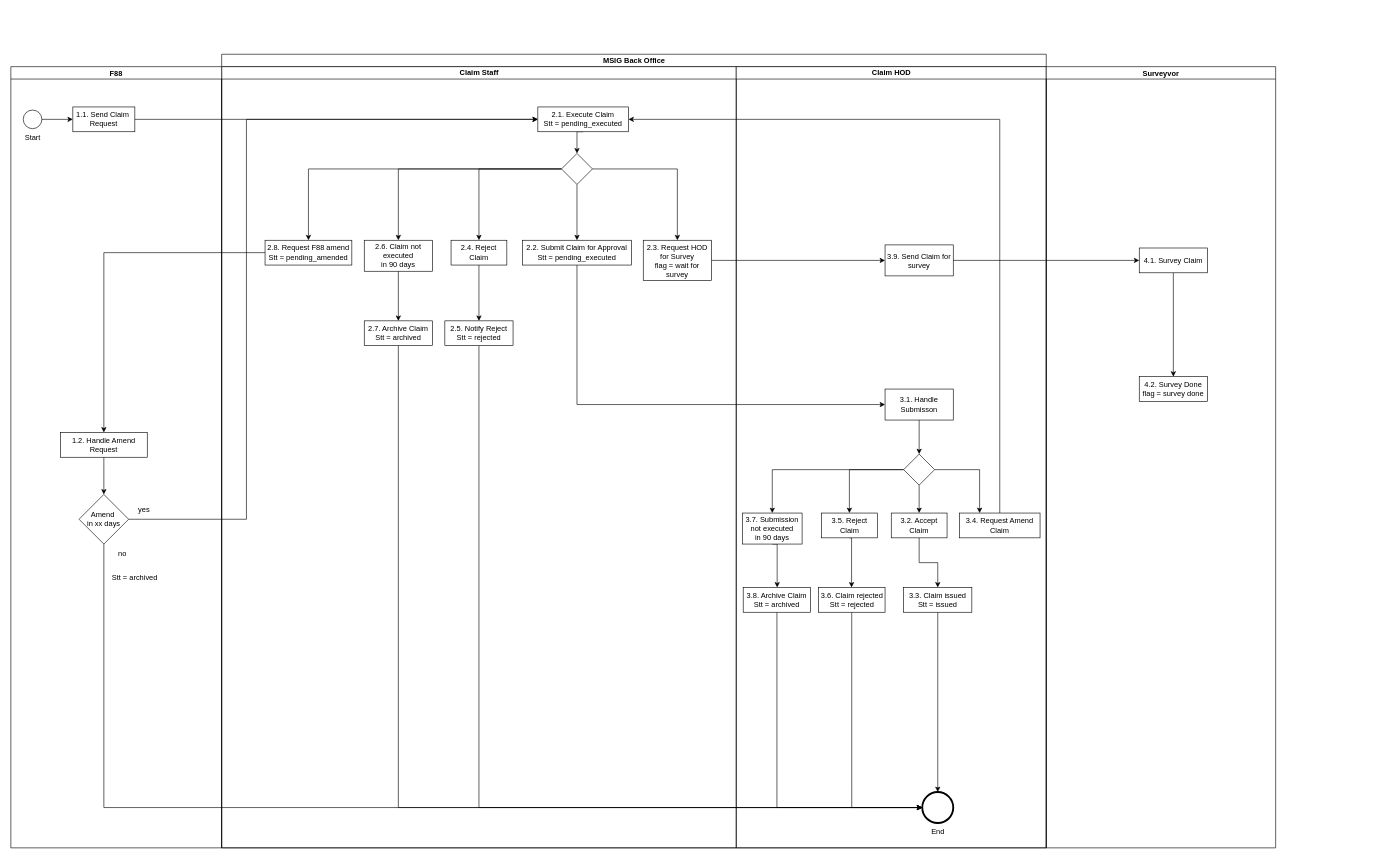
Above: Copy of Untitled Diagram.drawio in Chris-25/Book (draw.io), before the change. Source tidied: cells renumbered, new cells numbered last; positions are measured from the earlier drawing's top-left corner, leaving out a move shared by most shapes. Both pictures are drawn from the tidied source at 62%, with x=0, y=0 at pixel (11, 54).
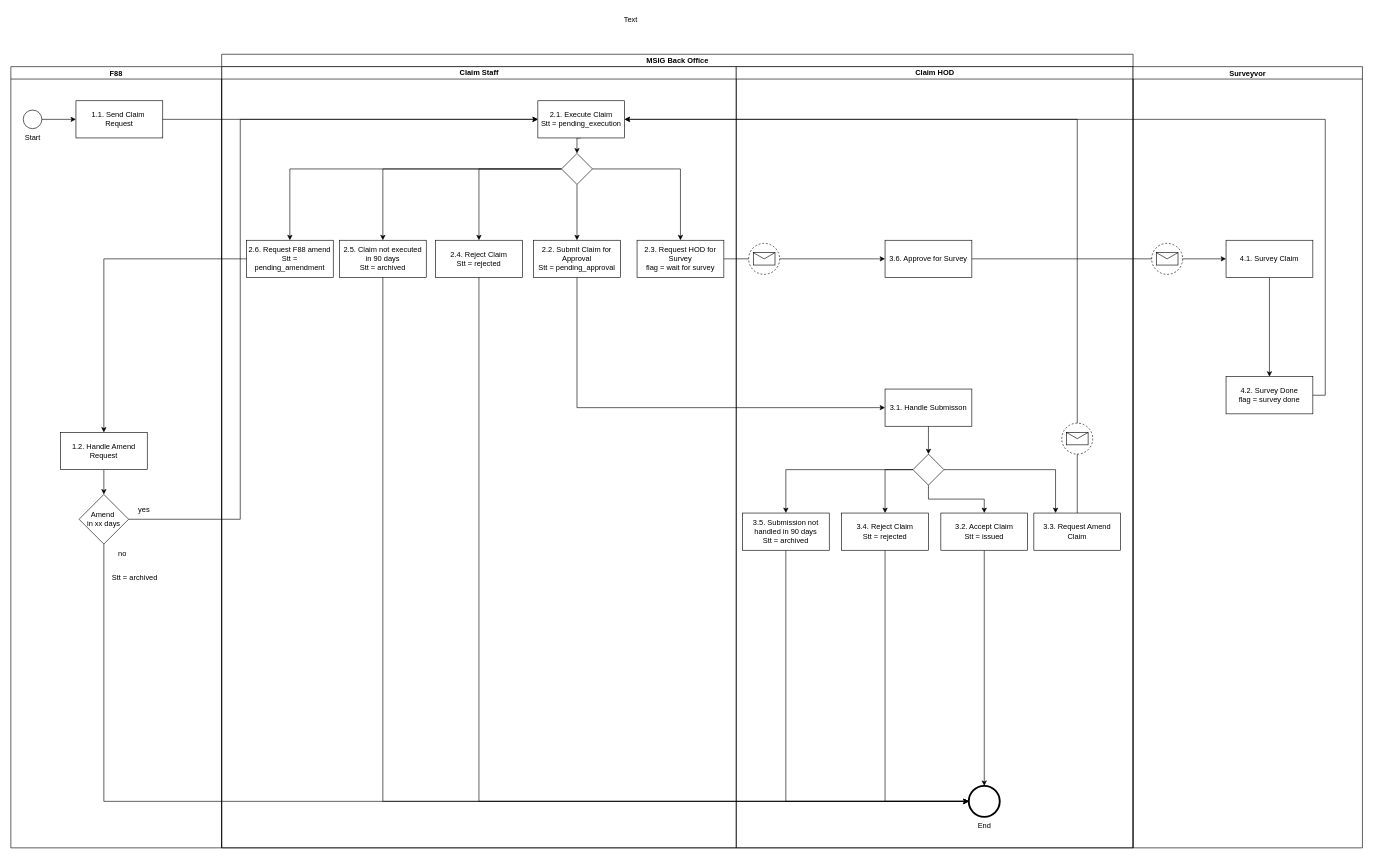
The same page after the edit.

Unchanged cells that the change refers to:
```xml
<mxCell id="8" value="Claim Staff" style="swimlane;html=1;startSize=20;" parent="2" vertex="1">
  <mxGeometry y="20" width="830" height="1260" as="geometry" />
</mxCell>
<mxCell id="49" value="F88" style="swimlane;startSize=20;" parent="1" vertex="1">
  <mxGeometry y="20" width="340" height="1260" as="geometry" />
</mxCell>
<mxCell id="55" value="Amend&amp;nbsp;&lt;br&gt;in xx days" style="rhombus;whiteSpace=wrap;html=1;" parent="49" vertex="1">
  <mxGeometry x="110" y="690" width="80" height="80" as="geometry" />
</mxCell>
```

Diff of the diagram source:
```diff
@@
+    <mxCell id="65" style="edgeStyle=orthogonalEdgeStyle;rounded=0;jettySize=auto;html=1;exitX=1;exitY=0.5;exitDx=0;exitDy=0;entryX=0;entryY=0.5;entryDx=0;entryDy=0;" parent="1" edge="1" source="27" target="62">
+      <mxGeometry relative="1" as="geometry" />
+    </mxCell>
     <mxCell id="2" value="MSIG Back Office" style="swimlane;html=1;startSize=20;" parent="1" vertex="1">
-      <mxGeometry x="340" width="1330" height="1280" as="geometry" />
+      <mxGeometry x="340" width="1470" height="1280" as="geometry" />
     </mxCell>
@@
-    <mxCell id="5" style="edgeStyle=orthogonalEdgeStyle;rounded=0;jettySize=auto;html=1;exitX=0.5;exitY=1;exitDx=0;exitDy=0;entryX=0;entryY=0.5;entryDx=0;entryDy=0;entryPerimeter=0;" parent="2" edge="1" source="21" target="48">
-      <mxGeometry relative="1" as="geometry" />
-    </mxCell>
@@
-    <mxCell id="7" style="edgeStyle=orthogonalEdgeStyle;rounded=0;jettySize=auto;html=1;exitX=0.5;exitY=1;exitDx=0;exitDy=0;entryX=0;entryY=0.5;entryDx=0;entryDy=0;entryPerimeter=0;" parent="2" edge="1" source="25" target="48">
-      <mxGeometry relative="1" as="geometry" />
-    </mxCell>
@@
-    <mxCell id="10" value="2.1. Execute Claim&lt;br&gt;Stt = pending_executed" style="rounded=0;whiteSpace=wrap;html=1;" parent="8" vertex="1">
-      <mxGeometry x="510" y="65" width="146.2" height="40" as="geometry" />
+    <mxCell id="10" value="2.1. Execute Claim&lt;br&gt;Stt = pending_execution" style="rounded=0;whiteSpace=wrap;html=1;" parent="8" vertex="1">
+      <mxGeometry x="510" y="55" width="140" height="60" as="geometry" />
     </mxCell>
@@
-    <mxCell id="17" style="edgeStyle=orthogonalEdgeStyle;rounded=0;jettySize=auto;html=1;exitX=0.5;exitY=1;exitDx=0;exitDy=0;entryX=0.5;entryY=0;entryDx=0;entryDy=0;" parent="8" edge="1" source="18" target="21">
-      <mxGeometry relative="1" as="geometry" />
-    </mxCell>
-    <mxCell id="18" value="2.6. Claim not executed &lt;br&gt;in 90 days" style="rounded=0;whiteSpace=wrap;html=1;" parent="8" vertex="1">
-      <mxGeometry x="230" y="280" width="110" height="50" as="geometry" />
+    <mxCell id="18" value="2.5. Claim not executed &lt;br&gt;in 90 days&lt;br&gt;Stt = archived" style="rounded=0;whiteSpace=wrap;html=1;" parent="8" vertex="1">
+      <mxGeometry x="190" y="280" width="140" height="60" as="geometry" />
     </mxCell>
-    <mxCell id="19" style="edgeStyle=orthogonalEdgeStyle;rounded=0;jettySize=auto;html=1;exitX=0.5;exitY=1;exitDx=0;exitDy=0;" parent="8" edge="1" source="20" target="25">
-      <mxGeometry relative="1" as="geometry" />
-    </mxCell>
-    <mxCell id="20" value="2.4. Reject Claim" style="rounded=0;whiteSpace=wrap;html=1;" parent="8" vertex="1">
-      <mxGeometry x="370" y="280" width="90" height="40" as="geometry" />
+    <mxCell id="20" value="2.4. Reject Claim&lt;br&gt;Stt = rejected" style="rounded=0;whiteSpace=wrap;html=1;" parent="8" vertex="1">
+      <mxGeometry x="345" y="280" width="140" height="60" as="geometry" />
     </mxCell>
-    <mxCell id="21" value="2.7. Archive Claim&lt;br&gt;Stt = archived" style="rounded=0;whiteSpace=wrap;html=1;" parent="8" vertex="1">
-      <mxGeometry x="230" y="410" width="110" height="40" as="geometry" />
-    </mxCell>
     <mxCell id="22" value="2.3. Request HOD for Survey&lt;br&gt;flag = wait for survey" style="rounded=0;whiteSpace=wrap;html=1;" parent="8" vertex="1">
-      <mxGeometry x="680" y="280" width="110" height="65" as="geometry" />
+      <mxGeometry x="670" y="280" width="140" height="60" as="geometry" />
     </mxCell>
-    <mxCell id="23" value="2.8. Request F88 amend&lt;br&gt;Stt = pending_amended" style="rounded=0;whiteSpace=wrap;html=1;" parent="8" vertex="1">
-      <mxGeometry x="70" y="280" width="140" height="40" as="geometry" />
+    <mxCell id="23" value="2.6. Request F88 amend&lt;br&gt;Stt = pending_amendment" style="rounded=0;whiteSpace=wrap;html=1;" parent="8" vertex="1">
+      <mxGeometry x="40" y="280" width="140" height="60" as="geometry" />
     </mxCell>
-    <mxCell id="24" value="2.2. Submit Claim for Approval&lt;br&gt;Stt = pending_executed" style="rounded=0;whiteSpace=wrap;html=1;" parent="8" vertex="1">
-      <mxGeometry x="485" y="280" width="176.2" height="40" as="geometry" />
+    <mxCell id="24" value="2.2. Submit Claim for Approval&lt;br&gt;Stt = pending_approval" style="rounded=0;whiteSpace=wrap;html=1;" parent="8" vertex="1">
+      <mxGeometry x="503.1" y="280" width="140" height="60" as="geometry" />
     </mxCell>
-    <mxCell id="25" value="2.5. Notify Reject&lt;br&gt;Stt = rejected" style="rounded=0;whiteSpace=wrap;html=1;" parent="8" vertex="1">
-      <mxGeometry x="360" y="410" width="110" height="40" as="geometry" />
-    </mxCell>
     <mxCell id="26" value="Claim HOD" style="swimlane;html=1;startSize=20;" parent="2" vertex="1">
-      <mxGeometry x="830" y="20" width="500" height="1260" as="geometry" />
+      <mxGeometry x="830" y="20" width="640" height="1260" as="geometry" />
     </mxCell>
-    <mxCell id="27" value="3.9. Send Claim for survey" style="rounded=0;whiteSpace=wrap;html=1;" parent="26" vertex="1">
-      <mxGeometry x="240" y="287.5" width="110" height="50" as="geometry" />
+    <mxCell id="27" value="3.6. Approve for Survey" style="rounded=0;whiteSpace=wrap;html=1;" parent="26" vertex="1">
+      <mxGeometry x="240" y="280" width="140" height="60" as="geometry" />
     </mxCell>
@@
     <mxCell id="29" value="3.1. Handle Submisson" style="rounded=0;whiteSpace=wrap;html=1;" parent="26" vertex="1">
-      <mxGeometry x="240" y="520" width="110" height="50" as="geometry" />
+      <mxGeometry x="240" y="520" width="140" height="60" as="geometry" />
     </mxCell>
@@
     <mxCell id="34" style="points=[[0.25,0.25,0],[0.5,0,0],[0.75,0.25,0],[1,0.5,0],[0.75,0.75,0],[0.5,1,0],[0.25,0.75,0],[0,0.5,0]];shape=mxgraph.bpmn.gateway2;html=1;verticalLabelPosition=bottom;labelBackgroundColor=#ffffff;verticalAlign=top;align=center;perimeter=rhombusPerimeter;outlineConnect=0;outline=none;symbol=none;" parent="26" vertex="1">
-      <mxGeometry x="270" y="625" width="50" height="50" as="geometry" />
+      <mxGeometry x="285" y="625" width="50" height="50" as="geometry" />
     </mxCell>
-    <mxCell id="35" style="edgeStyle=orthogonalEdgeStyle;rounded=0;jettySize=auto;html=1;exitX=0.5;exitY=1;exitDx=0;exitDy=0;" parent="26" edge="1" source="36" target="38">
-      <mxGeometry relative="1" as="geometry">
-        <Array as="points">
-          <mxPoint x="66" y="770" />
-        </Array>
-      </mxGeometry>
-    </mxCell>
+    <mxCell id="69" style="edgeStyle=orthogonalEdgeStyle;rounded=0;jettySize=auto;html=1;exitX=0.5;exitY=1;exitDx=0;exitDy=0;entryX=0;entryY=0.5;entryDx=0;entryDy=0;entryPerimeter=0;" parent="26" edge="1" source="36" target="48">
+      <mxGeometry relative="1" as="geometry" />
+    </mxCell>
-    <mxCell id="36" value="3.7. Submission not executed &lt;br&gt;in 90 days" style="rounded=0;whiteSpace=wrap;html=1;" parent="26" vertex="1">
-      <mxGeometry x="10" y="720" width="96.2" height="50" as="geometry" />
+    <mxCell id="36" value="3.5. Submission not handled in 90 days&lt;br&gt;Stt = archived" style="rounded=0;whiteSpace=wrap;html=1;" parent="26" vertex="1">
+      <mxGeometry x="10" y="720" width="140" height="60" as="geometry" />
     </mxCell>
-    <mxCell id="37" style="edgeStyle=orthogonalEdgeStyle;rounded=0;jettySize=auto;html=1;exitX=0.5;exitY=1;exitDx=0;exitDy=0;entryX=0;entryY=0.5;entryDx=0;entryDy=0;entryPerimeter=0;" parent="26" edge="1" source="38" target="48">
-      <mxGeometry relative="1" as="geometry" />
-    </mxCell>
-    <mxCell id="38" value="3.8. Archive Claim&lt;br&gt;Stt = archived" style="rounded=0;whiteSpace=wrap;html=1;" parent="26" vertex="1">
-      <mxGeometry x="11.2" y="840" width="108.8" height="40" as="geometry" />
-    </mxCell>
-    <mxCell id="39" style="edgeStyle=orthogonalEdgeStyle;rounded=0;jettySize=auto;html=1;exitX=0.5;exitY=1;exitDx=0;exitDy=0;" parent="26" edge="1" source="40" target="42">
-      <mxGeometry relative="1" as="geometry" />
-    </mxCell>
+    <mxCell id="70" style="edgeStyle=orthogonalEdgeStyle;rounded=0;jettySize=auto;html=1;exitX=0.5;exitY=1;exitDx=0;exitDy=0;" parent="26" edge="1" source="40" target="48">
+      <mxGeometry relative="1" as="geometry" />
+    </mxCell>
-    <mxCell id="40" value="3.2. Accept&lt;br&gt;Claim" style="rounded=0;whiteSpace=wrap;html=1;" parent="26" vertex="1">
-      <mxGeometry x="250" y="720" width="90" height="40" as="geometry" />
+    <mxCell id="40" value="3.2. Accept Claim&lt;br&gt;Stt = issued" style="rounded=0;whiteSpace=wrap;html=1;" parent="26" vertex="1">
+      <mxGeometry x="330" y="720" width="140" height="60" as="geometry" />
     </mxCell>
-    <mxCell id="41" style="edgeStyle=orthogonalEdgeStyle;rounded=0;jettySize=auto;html=1;exitX=0.5;exitY=1;exitDx=0;exitDy=0;" parent="26" edge="1" source="42" target="48">
-      <mxGeometry relative="1" as="geometry" />
-    </mxCell>
-    <mxCell id="42" value="3.3. Claim issued&lt;br&gt;Stt = issued" style="rounded=0;whiteSpace=wrap;html=1;" parent="26" vertex="1">
-      <mxGeometry x="270" y="840" width="110" height="40" as="geometry" />
-    </mxCell>
-    <mxCell id="43" style="edgeStyle=orthogonalEdgeStyle;rounded=0;jettySize=auto;html=1;exitX=0.5;exitY=1;exitDx=0;exitDy=0;" parent="26" edge="1" source="44" target="46">
-      <mxGeometry relative="1" as="geometry">
-        <Array as="points">
-          <mxPoint x="186" y="760" />
-        </Array>
-      </mxGeometry>
-    </mxCell>
+    <mxCell id="71" style="edgeStyle=orthogonalEdgeStyle;rounded=0;jettySize=auto;html=1;exitX=0.5;exitY=1;exitDx=0;exitDy=0;entryX=0;entryY=0.5;entryDx=0;entryDy=0;entryPerimeter=0;" parent="26" edge="1" source="44" target="48">
+      <mxGeometry relative="1" as="geometry" />
+    </mxCell>
-    <mxCell id="44" value="3.5. Reject&lt;br&gt;Claim" style="rounded=0;whiteSpace=wrap;html=1;" parent="26" vertex="1">
-      <mxGeometry x="137.5" y="720" width="90" height="40" as="geometry" />
+    <mxCell id="44" value="3.4. Reject Claim&lt;br&gt;Stt = rejected" style="rounded=0;whiteSpace=wrap;html=1;" parent="26" vertex="1">
+      <mxGeometry x="170" y="720" width="140" height="60" as="geometry" />
     </mxCell>
-    <mxCell id="45" style="edgeStyle=orthogonalEdgeStyle;rounded=0;jettySize=auto;html=1;exitX=0.5;exitY=1;exitDx=0;exitDy=0;entryX=0;entryY=0.5;entryDx=0;entryDy=0;entryPerimeter=0;" parent="26" edge="1" source="46" target="48">
-      <mxGeometry relative="1" as="geometry" />
-    </mxCell>
-    <mxCell id="46" value="3.6. Claim rejected&lt;br&gt;Stt = rejected" style="rounded=0;whiteSpace=wrap;html=1;" parent="26" vertex="1">
-      <mxGeometry x="132.5" y="840" width="107.5" height="40" as="geometry" />
-    </mxCell>
-    <mxCell id="47" value="3.4. Request Amend&lt;br&gt;Claim" style="rounded=0;whiteSpace=wrap;html=1;" parent="26" vertex="1">
-      <mxGeometry x="360" y="720" width="130" height="40" as="geometry" />
+    <mxCell id="47" value="3.3. Request Amend&lt;br&gt;Claim" style="rounded=0;whiteSpace=wrap;html=1;" parent="26" vertex="1">
+      <mxGeometry x="480" y="720" width="140" height="60" as="geometry" />
     </mxCell>
     <mxCell id="48" value="End" style="points=[[0.145,0.145,0],[0.5,0,0],[0.855,0.145,0],[1,0.5,0],[0.855,0.855,0],[0.5,1,0],[0.145,0.855,0],[0,0.5,0]];shape=mxgraph.bpmn.event;html=1;verticalLabelPosition=bottom;labelBackgroundColor=#ffffff;verticalAlign=top;align=center;perimeter=ellipsePerimeter;outlineConnect=0;outline=end;symbol=terminate2;" parent="26" vertex="1">
-      <mxGeometry x="300" y="1170" width="50" height="50" as="geometry" />
+      <mxGeometry x="375" y="1160" width="50" height="50" as="geometry" />
     </mxCell>
+    <mxCell id="72" style="shape=mxgraph.bpmn.event;html=1;verticalLabelPosition=bottom;labelBackgroundColor=#ffffff;verticalAlign=top;align=center;perimeter=ellipsePerimeter;outline=eventNonint;symbol=message;" parent="26" vertex="1">
+      <mxGeometry x="20" y="285" width="50" height="50" as="geometry" />
+    </mxCell>
+    <mxCell id="73" style="shape=mxgraph.bpmn.event;html=1;verticalLabelPosition=bottom;labelBackgroundColor=#ffffff;verticalAlign=top;align=center;perimeter=ellipsePerimeter;outline=eventNonint;symbol=message;" parent="26" vertex="1">
+      <mxGeometry x="525" y="575" width="50" height="50" as="geometry" />
+    </mxCell>
+    <mxCell id="74" style="edgeStyle=orthogonalEdgeStyle;rounded=0;jettySize=auto;html=1;exitX=0.5;exitY=1;exitDx=0;exitDy=0;entryX=0;entryY=0.5;entryDx=0;entryDy=0;entryPerimeter=0;" parent="2" edge="1" source="20" target="48">
+      <mxGeometry relative="1" as="geometry" />
+    </mxCell>
+    <mxCell id="75" style="edgeStyle=orthogonalEdgeStyle;rounded=0;jettySize=auto;html=1;exitX=0.5;exitY=1;exitDx=0;exitDy=0;entryX=0;entryY=0.5;entryDx=0;entryDy=0;entryPerimeter=0;" parent="2" edge="1" source="18" target="48">
+      <mxGeometry relative="1" as="geometry" />
+    </mxCell>
@@
     <mxCell id="52" value="1.1. Send Claim&amp;nbsp;&lt;br&gt;Request" style="rounded=0;whiteSpace=wrap;html=1;" parent="49" vertex="1">
-      <mxGeometry x="100" y="65" width="100" height="40" as="geometry" />
+      <mxGeometry x="105" y="55" width="140" height="60" as="geometry" />
     </mxCell>
@@
     <mxCell id="54" value="1.2. Handle Amend Request" style="rounded=0;whiteSpace=wrap;html=1;" parent="49" vertex="1">
-      <mxGeometry x="80" y="590" width="140" height="40" as="geometry" />
+      <mxGeometry x="80" y="590" width="140" height="60" as="geometry" />
     </mxCell>
@@
     <mxCell id="60" value="Surveyvor" style="swimlane;startSize=20;" parent="1" vertex="1">
-      <mxGeometry x="1670" y="20" width="370" height="1260" as="geometry" />
+      <mxGeometry x="1810" y="20" width="370" height="1260" as="geometry" />
     </mxCell>
@@
     <mxCell id="62" value="4.1. Survey Claim" style="rounded=0;whiteSpace=wrap;html=1;" parent="60" vertex="1">
-      <mxGeometry x="150" y="292.5" width="110" height="40" as="geometry" />
+      <mxGeometry x="150" y="280" width="140" height="60" as="geometry" />
     </mxCell>
     <mxCell id="63" value="4.2. Survey Done&lt;br&gt;flag = survey done" style="rounded=0;whiteSpace=wrap;html=1;" parent="60" vertex="1">
-      <mxGeometry x="150" y="500" width="110" height="40" as="geometry" />
+      <mxGeometry x="150" y="500" width="140" height="60" as="geometry" />
     </mxCell>
@@
-    <mxCell id="65" style="edgeStyle=orthogonalEdgeStyle;rounded=0;jettySize=auto;html=1;exitX=1;exitY=0.5;exitDx=0;exitDy=0;entryX=0;entryY=0.5;entryDx=0;entryDy=0;" parent="1" edge="1" source="27" target="62">
-      <mxGeometry relative="1" as="geometry" />
-    </mxCell>
+    <mxCell id="76" style="shape=mxgraph.bpmn.event;html=1;verticalLabelPosition=bottom;labelBackgroundColor=#ffffff;verticalAlign=top;align=center;perimeter=ellipsePerimeter;outline=eventNonint;symbol=message;" parent="60" vertex="1">
+      <mxGeometry x="30" y="285" width="50" height="50" as="geometry" />
+    </mxCell>
     <mxCell id="66" style="edgeStyle=orthogonalEdgeStyle;rounded=0;jettySize=auto;html=1;exitX=1;exitY=0.5;exitDx=0;exitDy=0;entryX=0;entryY=0.5;entryDx=0;entryDy=0;" parent="1" edge="1" source="55" target="10">
       <mxGeometry relative="1" as="geometry">
         <Array as="points">
-          <mxPoint x="380" y="750" />
-          <mxPoint x="380" y="105" />
+          <mxPoint x="370" y="750" />
+          <mxPoint x="370" y="105" />
         </Array>
       </mxGeometry>
     </mxCell>
@@
+    <mxCell id="77" value="Text" style="text;html=1;strokeColor=none;fillColor=none;align=center;verticalAlign=middle;whiteSpace=wrap;rounded=0;" parent="1" vertex="1">
+      <mxGeometry x="970" y="-70" width="60" height="30" as="geometry" />
+    </mxCell>
+    <mxCell id="78" style="edgeStyle=orthogonalEdgeStyle;rounded=0;jettySize=auto;html=1;exitX=1;exitY=0.5;exitDx=0;exitDy=0;entryX=1;entryY=0.5;entryDx=0;entryDy=0;" parent="1" edge="1" source="63" target="10">
+      <mxGeometry relative="1" as="geometry" />
+    </mxCell>
```
